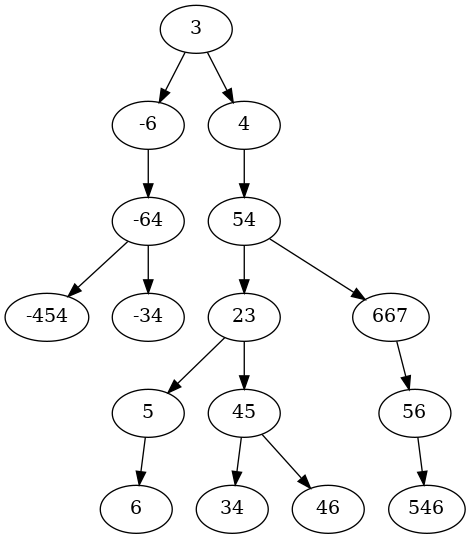
Lesa-yps/TISD keeps this Graphviz diagram as lab_06_01/visual.png. Above is the earlier version. Its source is kept beside it as lab_06_01/visual.gv. Source of this version:
```dot
digraph visual_tree {
3 -> -6;
3 -> 4;
-6 -> -64;
-64 -> -454;
-64 -> -34;
4 -> 54;
54 -> 23;
54 -> 667;
23 -> 5;
23 -> 45;
5 -> 6;
45 -> 34;
45 -> 46;
667 -> 56;
56 -> 546;
}
```
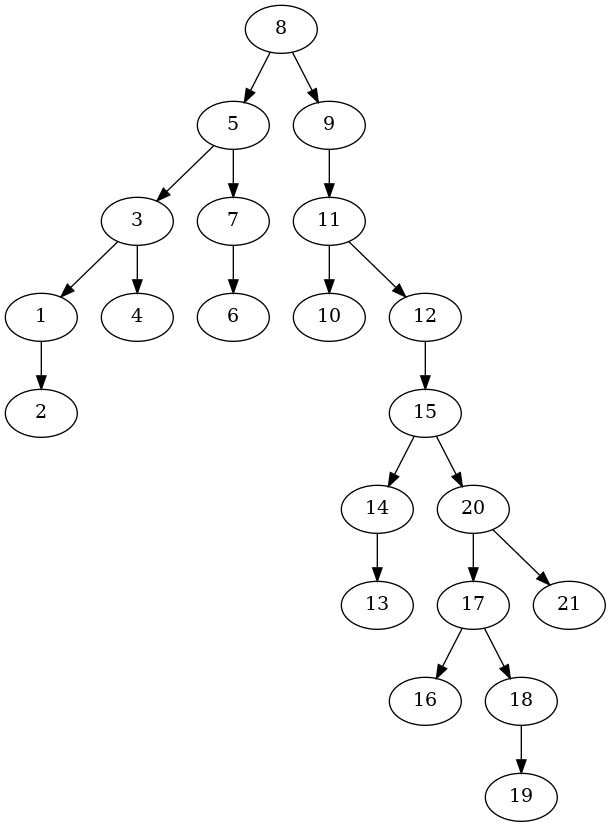
After the change.

What changed in the source:
```diff
@@ -1,17 +1,22 @@
 digraph visual_tree {
-3 -> -6;
+8 -> 5;
+8 -> 9;
+5 -> 3;
+5 -> 7;
+3 -> 1;
 3 -> 4;
--6 -> -64;
--64 -> -454;
--64 -> -34;
-4 -> 54;
-54 -> 23;
-54 -> 667;
-23 -> 5;
-23 -> 45;
-5 -> 6;
-45 -> 34;
-45 -> 46;
-667 -> 56;
-56 -> 546;
+1 -> 2;
+7 -> 6;
+9 -> 11;
+11 -> 10;
+11 -> 12;
+12 -> 15;
+15 -> 14;
+15 -> 20;
+14 -> 13;
+20 -> 17;
+20 -> 21;
+17 -> 16;
+17 -> 18;
+18 -> 19;
 }
```
